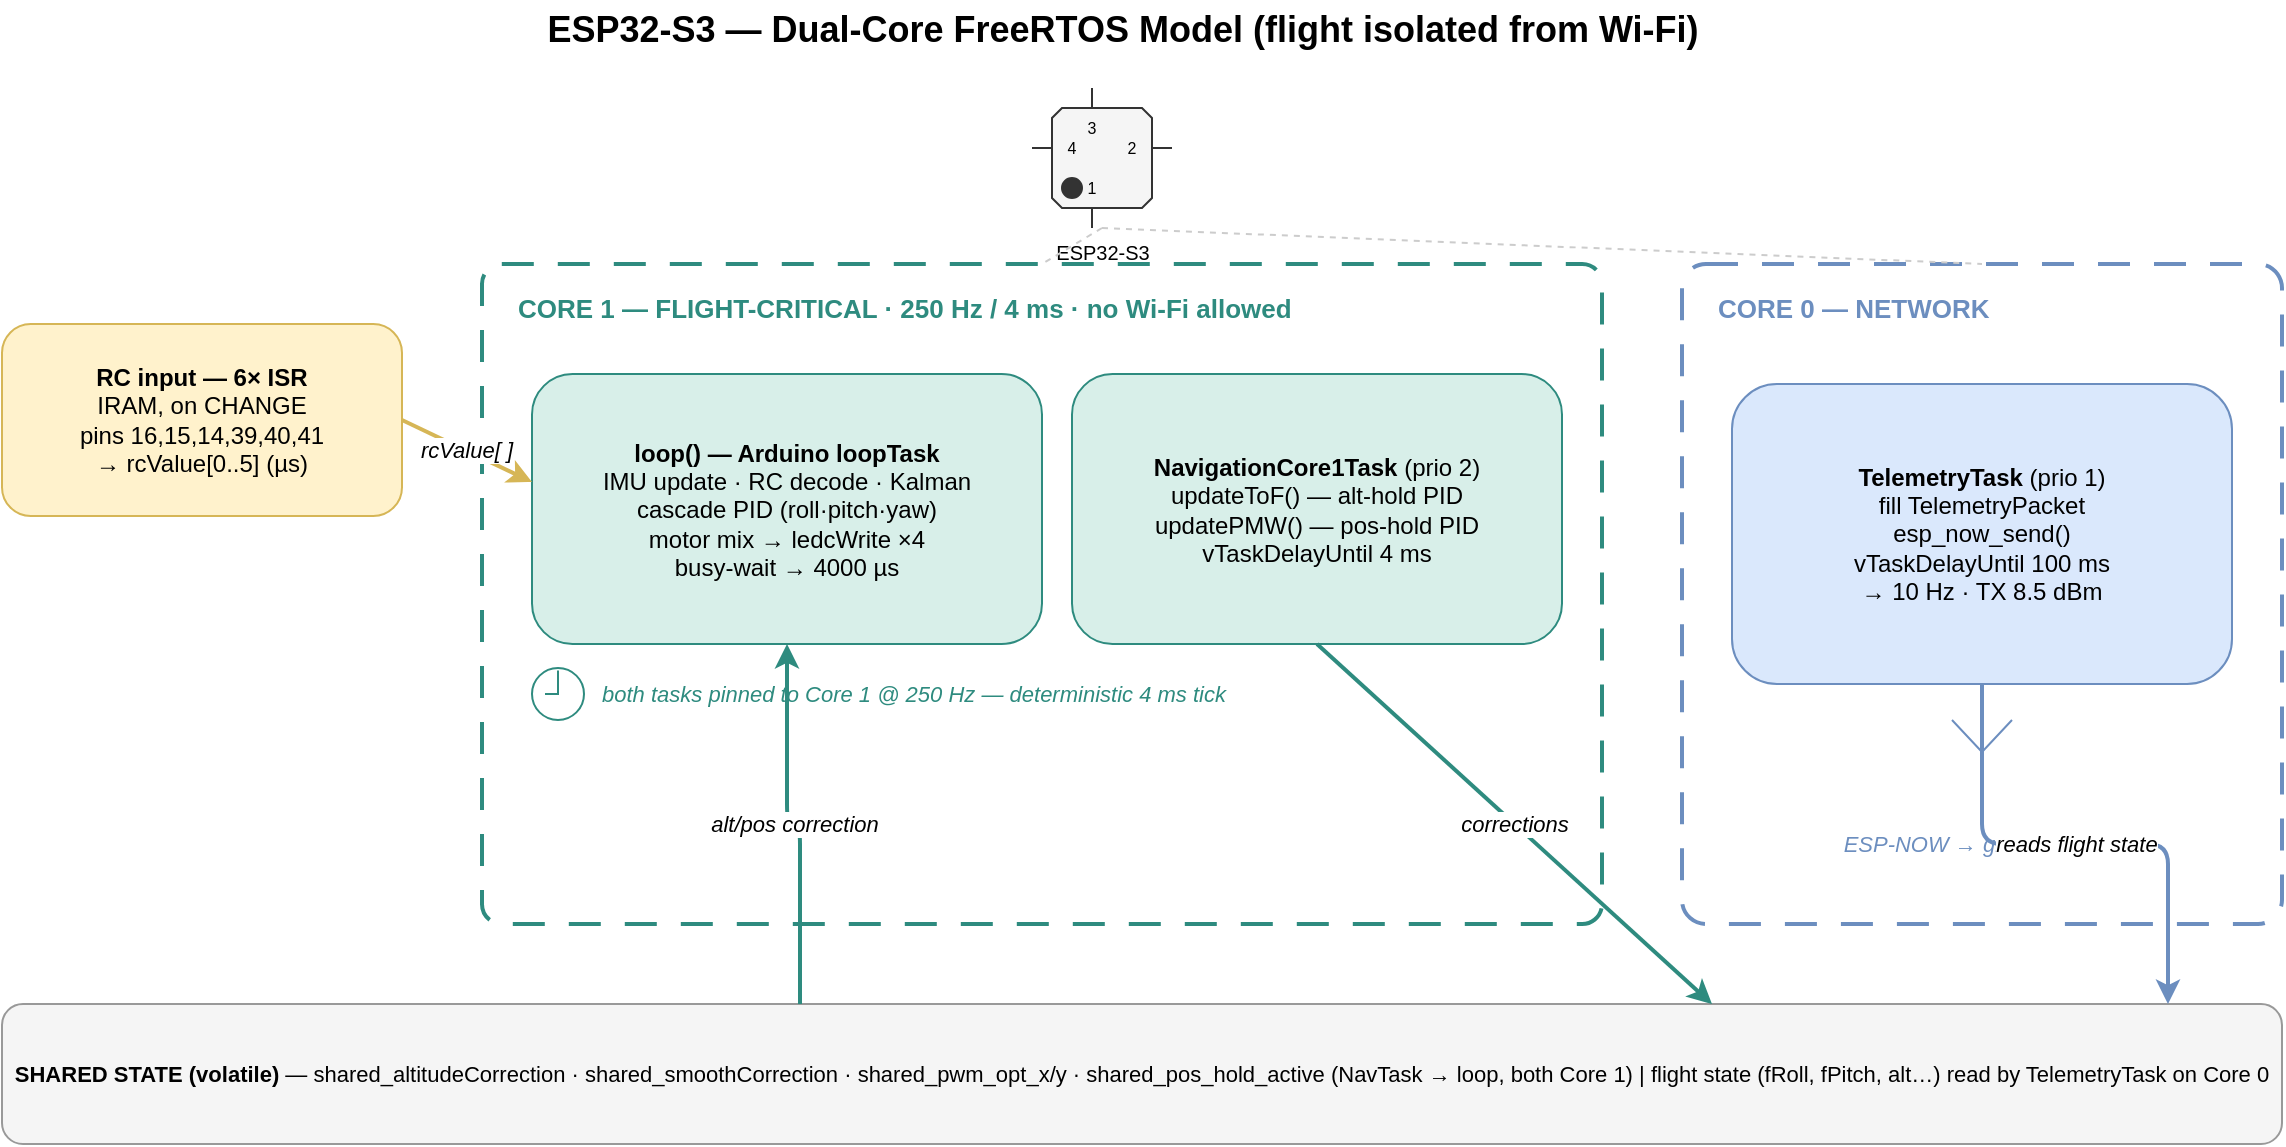
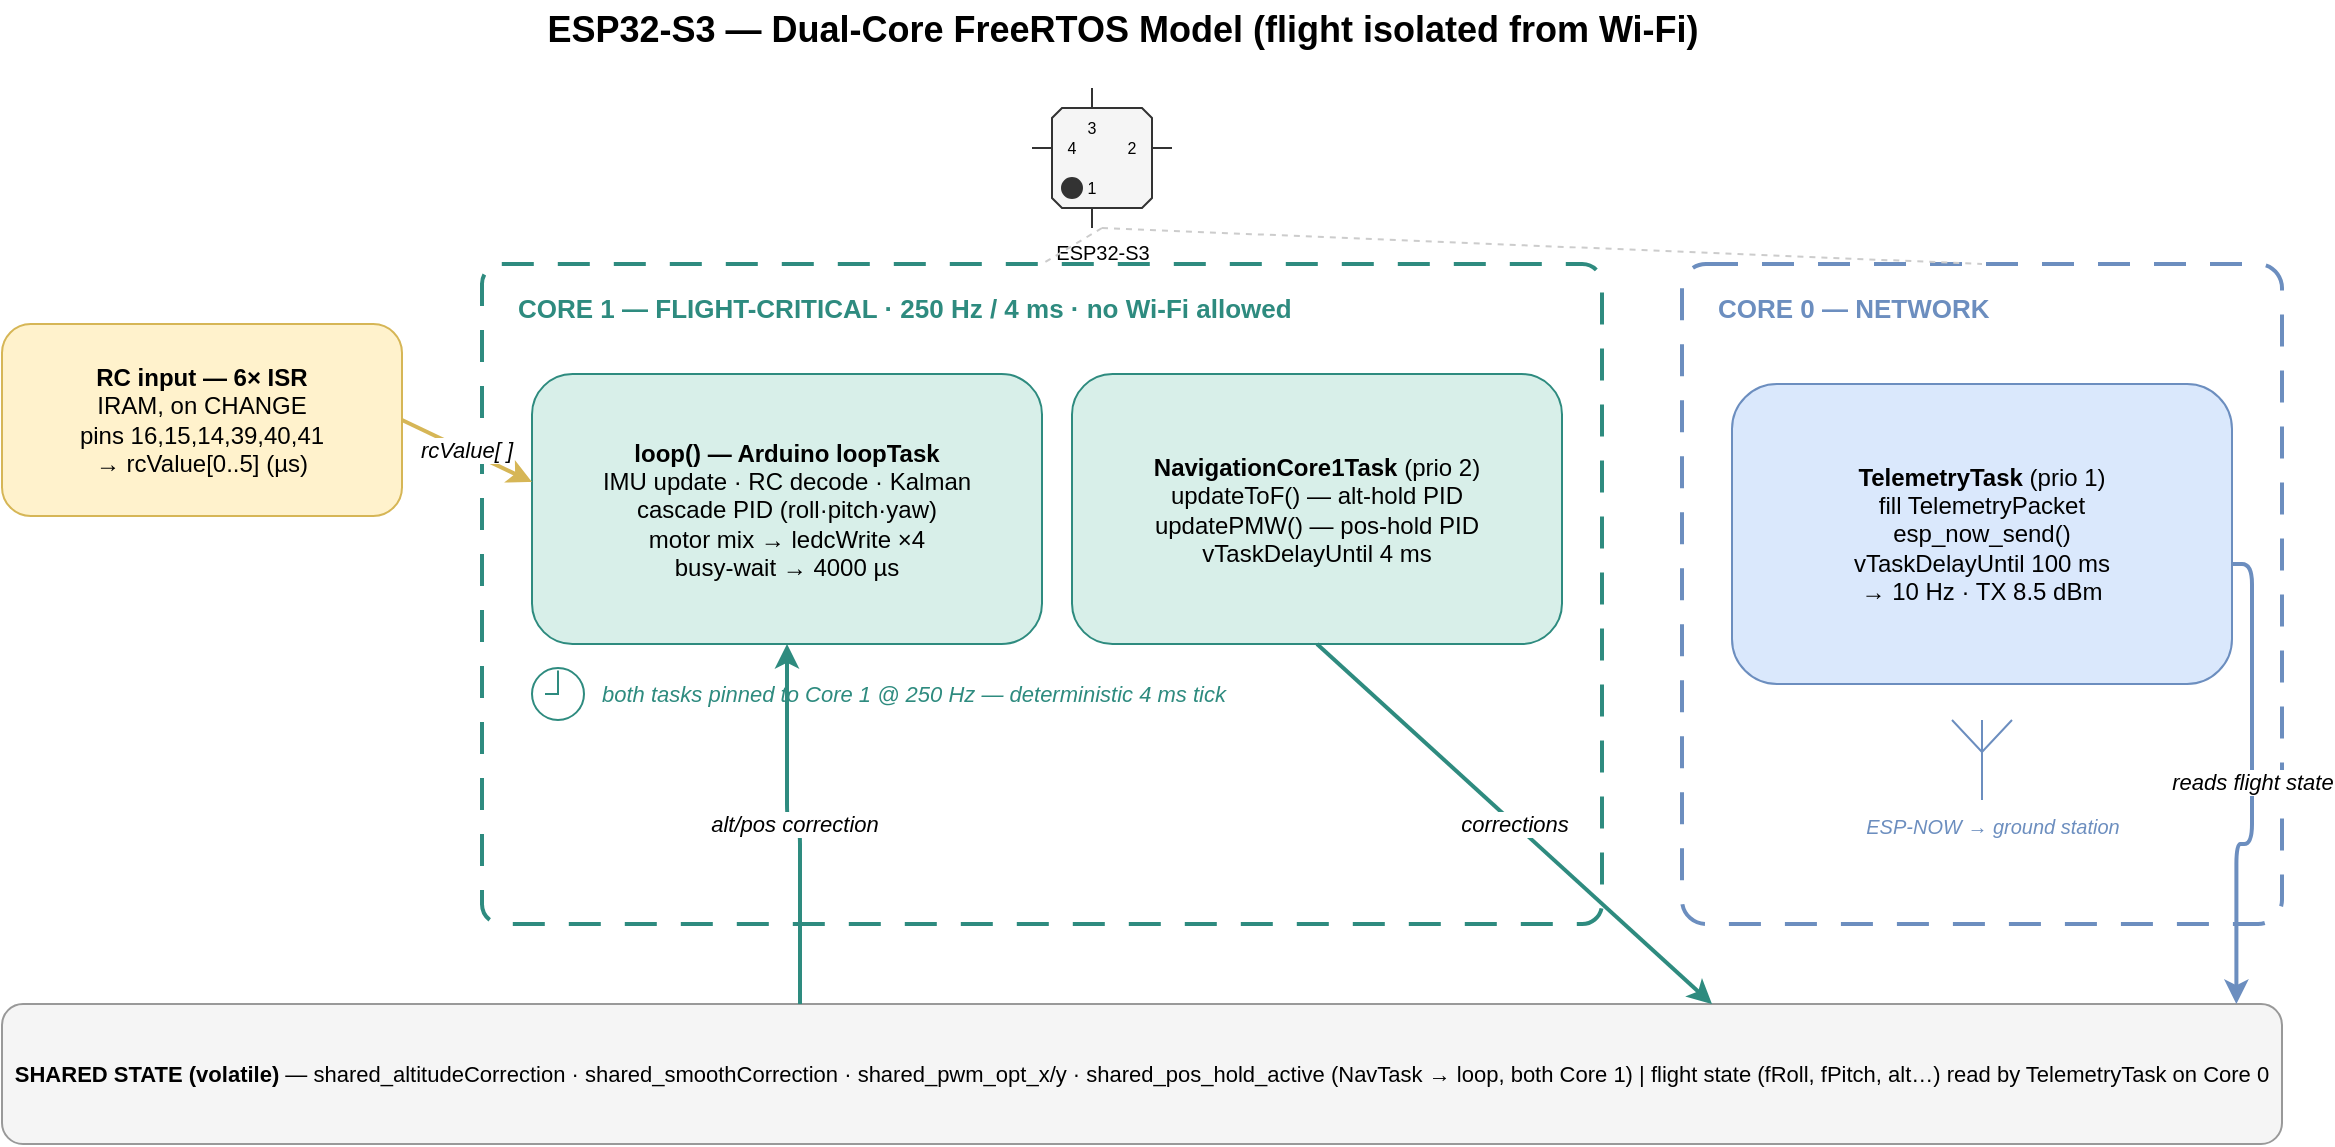
<?xml version="1.0" encoding="UTF-8"?>
<mxfile host="drawio" version="26.0.0">
  <diagram name="ESP32-Dual-Core-RTOS">
    <mxGraphModel dx="1400" dy="820" grid="1" gridSize="10" guides="1" tooltips="1" connect="1" arrows="1" fold="1" page="1" pageScale="1" math="0" shadow="0">
      <root>
        <mxCell id="0" />
        <mxCell id="1" parent="0" />

        <mxCell id="ttl" value="ESP32-S3 — Dual-Core FreeRTOS Model  (flight isolated from Wi-Fi)" style="text;html=1;align=center;verticalAlign=middle;fontStyle=1;fontSize=18;" vertex="1" parent="1">
          <mxGeometry x="80" y="18" width="1080" height="30" as="geometry" />
        </mxCell>

        <!-- ESP32-S3 badge -->
        <mxCell id="chip" value="ESP32-S3" style="shape=mxgraph.electrical.logic_gates.qfp_ic;html=1;fillColor=#f5f5f5;strokeColor=#333333;fontSize=10;verticalLabelPosition=bottom;verticalAlign=top;" vertex="1" parent="1">
          <mxGeometry x="575" y="62" width="70" height="70" as="geometry" />
        </mxCell>

        <!-- RC ISRs -->
        <mxCell id="rcIsr" value="&lt;b&gt;RC input — 6× ISR&lt;/b&gt;&#xa;IRAM, on CHANGE&#xa;pins 16,15,14,39,40,41&#xa;→ rcValue[0..5] (µs)" style="rounded=1;whiteSpace=wrap;html=1;fillColor=#fff2cc;strokeColor=#d6b656;fontSize=12;align=center;verticalAlign=middle;" vertex="1" parent="1">
          <mxGeometry x="60" y="180" width="200" height="96" as="geometry" />
        </mxCell>

        <!-- CORE 1 card -->
        <mxCell id="core1" value="CORE 1 — FLIGHT-CRITICAL  ·  250 Hz / 4 ms  ·  no Wi-Fi allowed" style="rounded=1;arcSize=3;whiteSpace=wrap;html=1;fillColor=none;strokeColor=#2E8B7F;dashed=1;dashPattern=8 6;strokeWidth=2;verticalAlign=top;align=left;spacingLeft=16;spacingTop=8;fontSize=13;fontStyle=1;fontColor=#2E8B7F;" vertex="1" parent="1">
          <mxGeometry x="300" y="150" width="560" height="330" as="geometry" />
        </mxCell>
        <mxCell id="loopTask" value="&lt;b&gt;loop()  — Arduino loopTask&lt;/b&gt;&#xa;IMU update · RC decode · Kalman&#xa;cascade PID (roll·pitch·yaw)&#xa;motor mix → ledcWrite ×4&#xa;busy-wait → 4000 µs" style="rounded=1;whiteSpace=wrap;html=1;fillColor=#d8efe9;strokeColor=#2E8B7F;fontSize=12;align=center;verticalAlign=middle;" vertex="1" parent="1">
          <mxGeometry x="325" y="205" width="255" height="135" as="geometry" />
        </mxCell>
        <mxCell id="navTask" value="&lt;b&gt;NavigationCore1Task&lt;/b&gt; (prio 2)&#xa;updateToF() — alt-hold PID&#xa;updatePMW() — pos-hold PID&#xa;vTaskDelayUntil 4 ms" style="rounded=1;whiteSpace=wrap;html=1;fillColor=#d8efe9;strokeColor=#2E8B7F;fontSize=12;align=center;verticalAlign=middle;" vertex="1" parent="1">
          <mxGeometry x="595" y="205" width="245" height="135" as="geometry" />
        </mxCell>
        <mxCell id="clk1" value="" style="shape=mxgraph.ios7.icons.clock;html=1;strokeColor=#2E8B7F;fillColor=none;" vertex="1" parent="1">
          <mxGeometry x="325" y="352" width="26" height="26" as="geometry" />
        </mxCell>
        <mxCell id="clk1t" value="both tasks pinned to Core 1 @ 250 Hz — deterministic 4 ms tick" style="text;html=1;align=left;verticalAlign=middle;fontSize=11;fontColor=#2E8B7F;fontStyle=2;" vertex="1" parent="1">
          <mxGeometry x="358" y="352" width="480" height="26" as="geometry" />
        </mxCell>

        <!-- CORE 0 card -->
        <mxCell id="core0" value="CORE 0 — NETWORK" style="rounded=1;arcSize=4;whiteSpace=wrap;html=1;fillColor=none;strokeColor=#6c8ebf;dashed=1;dashPattern=8 6;strokeWidth=2;verticalAlign=top;align=left;spacingLeft=16;spacingTop=8;fontSize=13;fontStyle=1;fontColor=#6c8ebf;" vertex="1" parent="1">
          <mxGeometry x="900" y="150" width="300" height="330" as="geometry" />
        </mxCell>
        <mxCell id="teleTask" value="&lt;b&gt;TelemetryTask&lt;/b&gt; (prio 1)&#xa;fill TelemetryPacket&#xa;esp_now_send()&#xa;vTaskDelayUntil 100 ms&#xa;→ 10 Hz · TX 8.5 dBm" style="rounded=1;whiteSpace=wrap;html=1;fillColor=#dae8fc;strokeColor=#6c8ebf;fontSize=12;align=center;verticalAlign=middle;" vertex="1" parent="1">
          <mxGeometry x="925" y="210" width="250" height="150" as="geometry" />
        </mxCell>
        <mxCell id="ant" value="" style="shape=mxgraph.electrical.radio.aerial_-_antenna_1;html=1;strokeColor=#6c8ebf;fillColor=none;verticalLabelPosition=bottom;verticalAlign=top;" vertex="1" parent="1">
          <mxGeometry x="1035" y="378" width="30" height="40" as="geometry" />
        </mxCell>
-         <mxCell id="antt" value="ESP-NOW → ground station" style="text;html=1;align=center;verticalAlign=middle;fontSize=11;fontColor=#6c8ebf;fontStyle=2;" vertex="1" parent="1">
-           <mxGeometry x="925" y="430" width="250" height="20" as="geometry" />
+         <mxCell id="antt" value="ESP-NOW → ground station" style="text;html=1;align=center;verticalAlign=middle;fontSize=10;fontColor=#6c8ebf;fontStyle=2;" vertex="1" parent="1">
+           <mxGeometry x="980" y="422" width="150" height="18" as="geometry" />
        </mxCell>

        <!-- SHARED STATE -->
        <mxCell id="shared" value="&lt;b&gt;SHARED STATE (volatile)&lt;/b&gt;  —  shared_altitudeCorrection · shared_smoothCorrection · shared_pwm_opt_x/y · shared_pos_hold_active   (NavTask → loop, both Core 1)   |   flight state (fRoll, fPitch, alt…) read by TelemetryTask on Core 0" style="rounded=1;whiteSpace=wrap;html=1;fillColor=#f5f5f5;strokeColor=#999999;fontSize=11;align=center;verticalAlign=middle;" vertex="1" parent="1">
          <mxGeometry x="60" y="520" width="1140" height="70" as="geometry" />
        </mxCell>

        <!-- edges -->
        <mxCell id="e_rc" value="rcValue[ ]" style="html=1;endArrow=classic;strokeColor=#d6b656;strokeWidth=2;fontSize=11;fontStyle=2;labelBackgroundColor=#ffffff;exitX=1;exitY=0.5;entryX=0;entryY=0.4;" edge="1" parent="1" source="rcIsr" target="loopTask"><mxGeometry relative="1" as="geometry" /></mxCell>
        <mxCell id="e_chip1" style="html=1;endArrow=none;strokeColor=#cccccc;dashed=1;exitX=0.5;exitY=1;entryX=0.5;entryY=0;" edge="1" parent="1" source="chip" target="core1"><mxGeometry relative="1" as="geometry" /></mxCell>
        <mxCell id="e_chip0" style="html=1;endArrow=none;strokeColor=#cccccc;dashed=1;exitX=0.5;exitY=1;entryX=0.5;entryY=0;" edge="1" parent="1" source="chip" target="core0"><mxGeometry relative="1" as="geometry" /></mxCell>
        <mxCell id="e_nav_shared" value="corrections" style="html=1;endArrow=classic;strokeColor=#2E8B7F;strokeWidth=2;fontSize=11;fontStyle=2;labelBackgroundColor=#ffffff;exitX=0.5;exitY=1;entryX=0.75;entryY=0;" edge="1" parent="1" source="navTask" target="shared"><mxGeometry relative="1" as="geometry" /></mxCell>
        <mxCell id="e_shared_loop" value="alt/pos correction" style="edgeStyle=orthogonalEdgeStyle;html=1;endArrow=classic;strokeColor=#2E8B7F;strokeWidth=2;fontSize=11;fontStyle=2;labelBackgroundColor=#ffffff;exitX=0.35;exitY=0;entryX=0.5;entryY=1;" edge="1" parent="1" source="shared" target="loopTask"><mxGeometry relative="1" as="geometry" /></mxCell>
-         <mxCell id="e_tele_shared" value="reads flight state" style="edgeStyle=orthogonalEdgeStyle;html=1;endArrow=classic;strokeColor=#6c8ebf;strokeWidth=2;fontSize=11;fontStyle=2;labelBackgroundColor=#ffffff;exitX=0.5;exitY=1;entryX=0.95;entryY=0;" edge="1" parent="1" source="teleTask" target="shared"><mxGeometry relative="1" as="geometry" /></mxCell>
+         <mxCell id="e_tele_shared" value="reads flight state" style="edgeStyle=orthogonalEdgeStyle;html=1;endArrow=classic;strokeColor=#6c8ebf;strokeWidth=2;fontSize=11;fontStyle=2;labelBackgroundColor=#ffffff;exitX=1;exitY=0.6;entryX=0.98;entryY=0;" edge="1" parent="1" source="teleTask" target="shared"><mxGeometry relative="1" as="geometry" /></mxCell>

      </root>
    </mxGraphModel>
  </diagram>
</mxfile>
